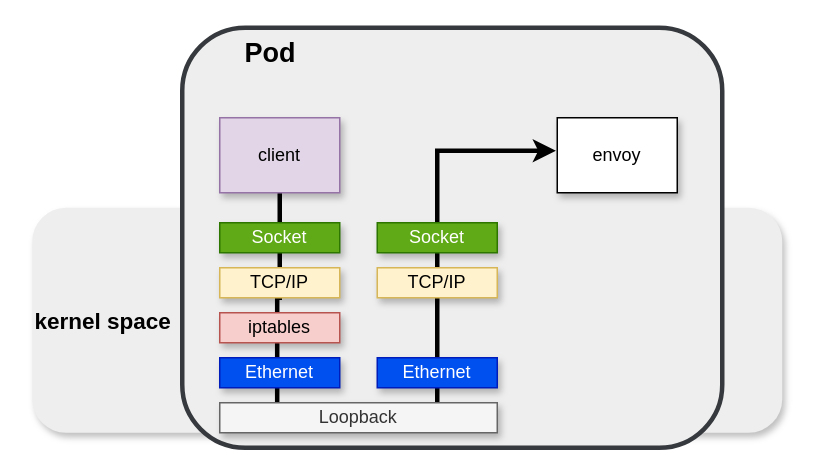
The draw.io diagram istio_dataflow/global_arch_before_after/01_org_ingress_part.drawio in xu1zhou/Documents, before the edit. Source tidied: cells renumbered, new cells numbered last; positions are measured from the earlier drawing's top-left corner, leaving out a move shared by most shapes. Both pictures are drawn from the tidied source at 150%, with x=0, y=0 at pixel (32, 27).
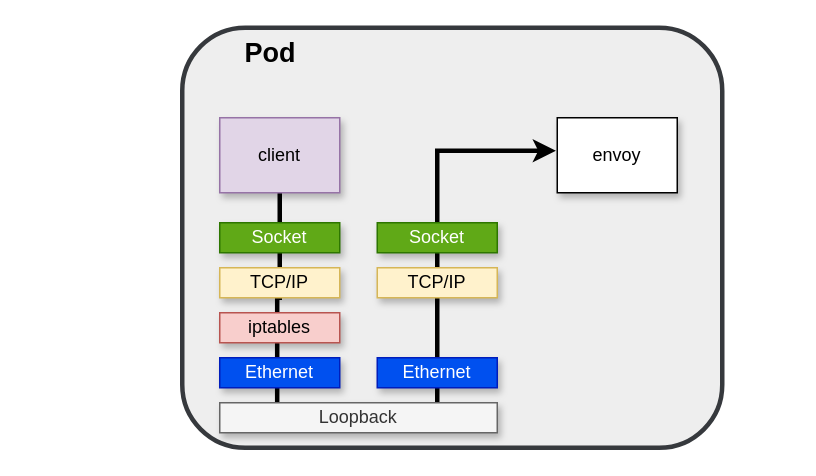
The same page after the edit.

Diff of the diagram source:
```diff
@@
 <mxGraphModel>
   <root>
     <mxCell id="0" />
     <mxCell id="1" parent="0" />
-    <mxCell id="2" value="&lt;b&gt;&lt;font style=&quot;font-size: 15px&quot;&gt;kernel space&lt;/font&gt;&lt;/b&gt;" style="rounded=1;whiteSpace=wrap;html=1;shadow=1;align=left;fillColor=#eeeeee;strokeColor=none;" parent="1" vertex="1">
-      <mxGeometry y="120" width="500" height="150" as="geometry" />
-    </mxCell>
     <mxCell id="3" value="&lt;font style=&quot;font-size: 18px&quot;&gt;&lt;b&gt;&amp;nbsp; &amp;nbsp; &amp;nbsp; &amp;nbsp; &lt;font style=&quot;font-size: 18px&quot;&gt;Pod&lt;/font&gt;&lt;/b&gt;&lt;/font&gt;" style="rounded=1;whiteSpace=wrap;html=1;align=left;verticalAlign=top;fontSize=13;strokeWidth=3;fillColor=#eeeeee;strokeColor=#36393d;" parent="1" vertex="1">
       <mxGeometry x="100" width="360" height="280" as="geometry" />
     </mxCell>
     <mxCell id="4" style="edgeStyle=orthogonalEdgeStyle;rounded=0;jettySize=auto;html=1;entryX=0.207;entryY=0.118;entryDx=0;entryDy=0;entryPerimeter=0;strokeWidth=3;endArrow=none;endFill=0;" parent="1" edge="1" source="5" target="10">
       <mxGeometry relative="1" as="geometry" />
     </mxCell>
     <mxCell id="5" value="client" style="rounded=0;whiteSpace=wrap;html=1;fillColor=#e1d5e7;strokeColor=#9673a6;shadow=1;" parent="1" vertex="1">
       <mxGeometry x="125" y="60" width="80" height="50" as="geometry" />
     </mxCell>
     <mxCell id="6" value="Socket" style="rounded=0;whiteSpace=wrap;html=1;fillColor=#60a917;strokeColor=#2D7600;fontColor=#ffffff;shadow=1;" parent="1" vertex="1">
       <mxGeometry x="125" y="130" width="80" height="20" as="geometry" />
     </mxCell>
     <mxCell id="7" value="TCP/IP" style="rounded=0;whiteSpace=wrap;html=1;fillColor=#fff2cc;strokeColor=#d6b656;shadow=1;" parent="1" vertex="1">
       <mxGeometry x="125" y="160" width="80" height="20" as="geometry" />
     </mxCell>
     <mxCell id="8" value="iptables" style="rounded=0;whiteSpace=wrap;html=1;fillColor=#f8cecc;strokeColor=#b85450;shadow=1;" parent="1" vertex="1">
       <mxGeometry x="125" y="190" width="80" height="20" as="geometry" />
     </mxCell>
     <mxCell id="9" style="edgeStyle=orthogonalEdgeStyle;rounded=0;jettySize=auto;html=1;strokeColor=#000000;entryX=-0.011;entryY=0.44;entryDx=0;entryDy=0;entryPerimeter=0;strokeWidth=3;" parent="1" edge="1" source="10" target="15">
       <mxGeometry relative="1" as="geometry">
         <Array as="points">
           <mxPoint x="270" y="82" />
         </Array>
       </mxGeometry>
     </mxCell>
     <mxCell id="10" value="Loopback" style="rounded=0;whiteSpace=wrap;html=1;fillColor=#f5f5f5;strokeColor=#666666;fontColor=#333333;shadow=1;" parent="1" vertex="1">
       <mxGeometry x="125" y="250" width="185" height="20" as="geometry" />
     </mxCell>
     <mxCell id="11" value="Ethernet" style="rounded=0;whiteSpace=wrap;html=1;fillColor=#0050ef;strokeColor=#001DBC;fontColor=#ffffff;shadow=1;" parent="1" vertex="1">
       <mxGeometry x="125" y="220" width="80" height="20" as="geometry" />
     </mxCell>
     <mxCell id="12" value="Socket" style="rounded=0;whiteSpace=wrap;html=1;fillColor=#60a917;strokeColor=#2D7600;fontColor=#ffffff;shadow=1;" parent="1" vertex="1">
       <mxGeometry x="230" y="130" width="80" height="20" as="geometry" />
     </mxCell>
     <mxCell id="13" value="TCP/IP" style="rounded=0;whiteSpace=wrap;html=1;fillColor=#fff2cc;strokeColor=#d6b656;shadow=1;" parent="1" vertex="1">
       <mxGeometry x="230" y="160" width="80" height="20" as="geometry" />
     </mxCell>
     <mxCell id="14" value="Ethernet" style="rounded=0;whiteSpace=wrap;html=1;fillColor=#0050ef;strokeColor=#001DBC;fontColor=#ffffff;shadow=1;" parent="1" vertex="1">
       <mxGeometry x="230" y="220" width="80" height="20" as="geometry" />
     </mxCell>
     <mxCell id="15" value="envoy" style="rounded=0;whiteSpace=wrap;html=1;shadow=1;" parent="1" vertex="1">
       <mxGeometry x="350" y="60" width="80" height="50" as="geometry" />
     </mxCell>
   </root>
 </mxGraphModel>
```
